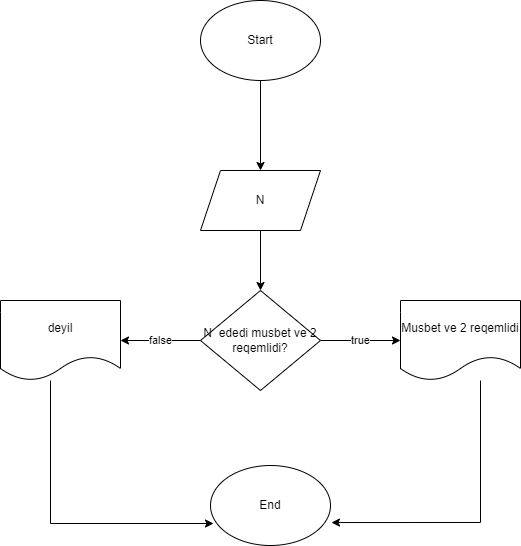
Lost004/FlowCharTask3 keeps this draw.io diagram as Tapsiriq1.png. Above is the earlier version. Source tidied: cells renumbered, new cells last; positions are measured from the earlier drawing's top-left corner, leaving out a move shared by most shapes.
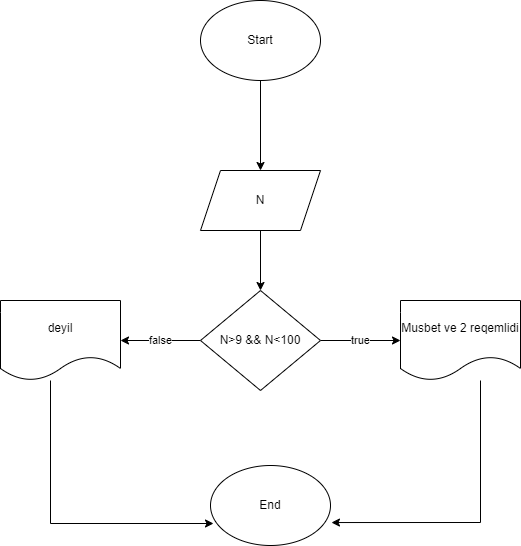
After the change.

Diff of the diagram source:
```diff
@@ -20,7 +20,7 @@
     <mxCell id="7" value="false" style="edgeStyle=orthogonalEdgeStyle;rounded=0;jettySize=auto;html=1;" parent="1" edge="1" source="8" target="12">
       <mxGeometry relative="1" as="geometry" />
     </mxCell>
-    <mxCell id="8" value="N&amp;nbsp; ededi musbet ve 2 reqemlidi?" style="rhombus;whiteSpace=wrap;html=1;" parent="1" vertex="1">
+    <mxCell id="8" value="N&amp;gt;9 &amp;amp;&amp;amp; N&amp;lt;100" style="rhombus;whiteSpace=wrap;html=1;" parent="1" vertex="1">
       <mxGeometry x="200" y="290" width="120" height="100" as="geometry" />
     </mxCell>
     <mxCell id="9" style="edgeStyle=orthogonalEdgeStyle;rounded=0;jettySize=auto;html=1;entryX=1.008;entryY=0.713;entryDx=0;entryDy=0;entryPerimeter=0;" parent="1" edge="1" source="10" target="13">
```
